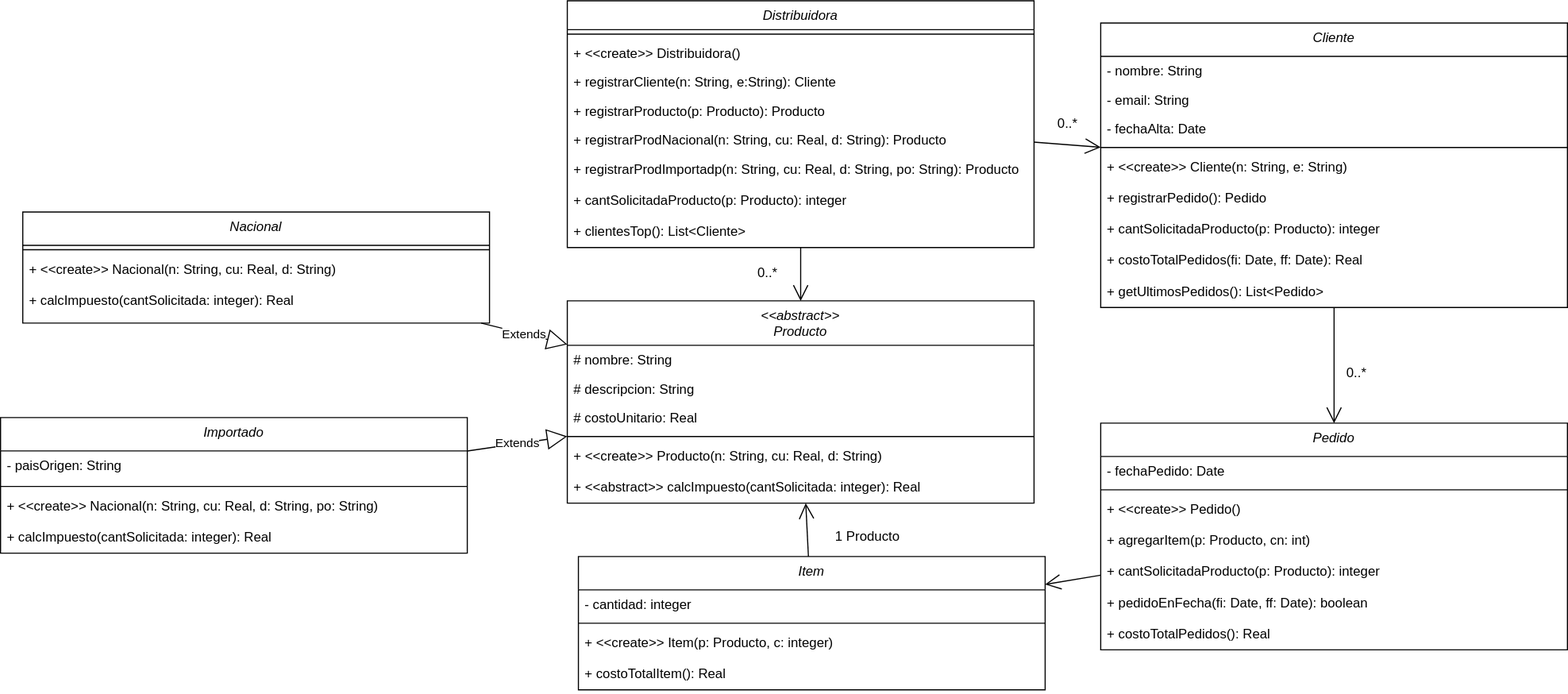
This is Segundo_Año/Segundo_Semestre/OO1/Parciales/ParcialesCursada/ParcialDistribuidora/ParcialDistribuidora.drawio.svg from LRondinelli04/Licenciatura-en-Sistemas_APU, a draw.io export, as it was before one commit. Source tidied: cells renumbered, new cells last; positions are measured from the earlier drawing's top-left corner, leaving out a move shared by most shapes. Its diagram source:
```xml
<mxGraphModel>
  <root>
    <mxCell id="0" />
    <mxCell id="1" parent="0" />
    <mxCell id="2" value="Distribuidora" style="swimlane;fontStyle=2;align=center;verticalAlign=top;horizontal=1;startSize=26;rounded=0;shadow=0;strokeWidth=1;" parent="1" vertex="1">
      <mxGeometry x="510" width="420" height="222" as="geometry" />
    </mxCell>
    <mxCell id="3" style="line;html=1;strokeWidth=1;align=left;verticalAlign=middle;spacingTop=-1;spacingLeft=3;spacingRight=3;labelPosition=right;" parent="2" vertex="1">
      <mxGeometry y="26" width="420" height="8" as="geometry" />
    </mxCell>
    <mxCell id="4" value="+ &lt;&lt;create&gt;&gt; Distribuidora()" style="text;align=left;verticalAlign=top;spacingLeft=4;spacingRight=4;overflow=hidden;" parent="2" vertex="1">
      <mxGeometry y="34" width="420" height="26" as="geometry" />
    </mxCell>
    <mxCell id="5" value="+ registrarCliente(n: String, e:String): Cliente" style="text;align=left;verticalAlign=top;spacingLeft=4;spacingRight=4;overflow=hidden;" parent="2" vertex="1">
      <mxGeometry y="60" width="420" height="26" as="geometry" />
    </mxCell>
    <mxCell id="6" value="+ registrarProducto(p: Producto): Producto" style="text;align=left;verticalAlign=top;spacingLeft=4;spacingRight=4;overflow=hidden;" parent="2" vertex="1">
      <mxGeometry y="86" width="420" height="26" as="geometry" />
    </mxCell>
    <mxCell id="7" value="+ registrarProdNacional(n: String, cu: Real, d: String): Producto" style="text;align=left;verticalAlign=top;spacingLeft=4;spacingRight=4;overflow=hidden;" parent="2" vertex="1">
      <mxGeometry y="112" width="420" height="26" as="geometry" />
    </mxCell>
    <mxCell id="8" value="+ registrarProdImportadp(n: String, cu: Real, d: String, po: String): Producto" style="text;align=left;verticalAlign=top;spacingLeft=4;spacingRight=4;overflow=hidden;" parent="2" vertex="1">
      <mxGeometry y="138" width="420" height="28" as="geometry" />
    </mxCell>
    <mxCell id="9" value="+ cantSolicitadaProducto(p: Producto): integer" style="text;align=left;verticalAlign=top;spacingLeft=4;spacingRight=4;overflow=hidden;" parent="2" vertex="1">
      <mxGeometry y="166" width="420" height="28" as="geometry" />
    </mxCell>
    <mxCell id="10" value="+ clientesTop(): List&lt;Cliente&gt;" style="text;align=left;verticalAlign=top;spacingLeft=4;spacingRight=4;overflow=hidden;" parent="2" vertex="1">
      <mxGeometry y="194" width="420" height="28" as="geometry" />
    </mxCell>
    <mxCell id="11" value="&lt;&lt;abstract&gt;&gt;&#10;Producto" style="swimlane;fontStyle=2;align=center;verticalAlign=top;horizontal=1;startSize=40;rounded=0;shadow=0;strokeWidth=1;" parent="1" vertex="1">
      <mxGeometry x="510" y="270" width="420" height="182" as="geometry" />
    </mxCell>
    <mxCell id="12" value="# nombre: String" style="text;align=left;verticalAlign=top;spacingLeft=4;spacingRight=4;overflow=hidden;" parent="11" vertex="1">
      <mxGeometry y="40" width="420" height="26" as="geometry" />
    </mxCell>
    <mxCell id="13" value="# descripcion: String" style="text;align=left;verticalAlign=top;spacingLeft=4;spacingRight=4;overflow=hidden;" parent="11" vertex="1">
      <mxGeometry y="66" width="420" height="26" as="geometry" />
    </mxCell>
    <mxCell id="14" value="# costoUnitario: Real" style="text;align=left;verticalAlign=top;spacingLeft=4;spacingRight=4;overflow=hidden;" parent="11" vertex="1">
      <mxGeometry y="92" width="420" height="26" as="geometry" />
    </mxCell>
    <mxCell id="15" style="line;html=1;strokeWidth=1;align=left;verticalAlign=middle;spacingTop=-1;spacingLeft=3;spacingRight=3;labelPosition=right;" parent="11" vertex="1">
      <mxGeometry y="118" width="420" height="8" as="geometry" />
    </mxCell>
    <mxCell id="16" value="+ &lt;&lt;create&gt;&gt; Producto(n: String, cu: Real, d: String)" style="text;align=left;verticalAlign=top;spacingLeft=4;spacingRight=4;overflow=hidden;" parent="11" vertex="1">
      <mxGeometry y="126" width="420" height="28" as="geometry" />
    </mxCell>
    <mxCell id="17" value="+ &lt;&lt;abstract&gt;&gt; calcImpuesto(cantSolicitada: integer): Real" style="text;align=left;verticalAlign=top;spacingLeft=4;spacingRight=4;overflow=hidden;" parent="11" vertex="1">
      <mxGeometry y="154" width="420" height="28" as="geometry" />
    </mxCell>
    <mxCell id="18" style="endArrow=open;endFill=1;endSize=12;html=1;rounded=0;" parent="1" edge="1" source="2" target="11">
      <mxGeometry relative="1" as="geometry" />
    </mxCell>
    <mxCell id="19" value="0..*" style="text;html=1;align=center;verticalAlign=middle;strokeColor=none;fillColor=none;" parent="1" vertex="1">
      <mxGeometry x="670" y="230" width="40" height="30" as="geometry" />
    </mxCell>
    <mxCell id="20" value="0..*" style="text;html=1;align=center;verticalAlign=middle;strokeColor=none;fillColor=none;" parent="1" vertex="1">
      <mxGeometry x="940" y="96" width="40" height="30" as="geometry" />
    </mxCell>
    <mxCell id="21" style="endArrow=open;endFill=1;endSize=12;html=1;rounded=0;" parent="1" edge="1" source="2" target="22">
      <mxGeometry relative="1" as="geometry" />
    </mxCell>
    <mxCell id="22" value="Cliente" style="swimlane;fontStyle=2;align=center;verticalAlign=top;horizontal=1;startSize=30;rounded=0;shadow=0;strokeWidth=1;" parent="1" vertex="1">
      <mxGeometry x="990" y="20" width="420" height="256" as="geometry" />
    </mxCell>
    <mxCell id="23" value="- nombre: String" style="text;align=left;verticalAlign=top;spacingLeft=4;spacingRight=4;overflow=hidden;" parent="22" vertex="1">
      <mxGeometry y="30" width="420" height="26" as="geometry" />
    </mxCell>
    <mxCell id="24" value="- email: String" style="text;align=left;verticalAlign=top;spacingLeft=4;spacingRight=4;overflow=hidden;" parent="22" vertex="1">
      <mxGeometry y="56" width="420" height="26" as="geometry" />
    </mxCell>
    <mxCell id="25" value="- fechaAlta: Date" style="text;align=left;verticalAlign=top;spacingLeft=4;spacingRight=4;overflow=hidden;" parent="22" vertex="1">
      <mxGeometry y="82" width="420" height="26" as="geometry" />
    </mxCell>
    <mxCell id="26" style="line;html=1;strokeWidth=1;align=left;verticalAlign=middle;spacingTop=-1;spacingLeft=3;spacingRight=3;labelPosition=right;" parent="22" vertex="1">
      <mxGeometry y="108" width="420" height="8" as="geometry" />
    </mxCell>
    <mxCell id="27" value="+ &lt;&lt;create&gt;&gt; Cliente(n: String, e: String)" style="text;align=left;verticalAlign=top;spacingLeft=4;spacingRight=4;overflow=hidden;" parent="22" vertex="1">
      <mxGeometry y="116" width="420" height="28" as="geometry" />
    </mxCell>
    <mxCell id="28" value="+ registrarPedido(): Pedido" style="text;align=left;verticalAlign=top;spacingLeft=4;spacingRight=4;overflow=hidden;" parent="22" vertex="1">
      <mxGeometry y="144" width="420" height="28" as="geometry" />
    </mxCell>
    <mxCell id="29" value="+ cantSolicitadaProducto(p: Producto): integer" style="text;align=left;verticalAlign=top;spacingLeft=4;spacingRight=4;overflow=hidden;" parent="22" vertex="1">
      <mxGeometry y="172" width="420" height="28" as="geometry" />
    </mxCell>
    <mxCell id="30" value="+ costoTotalPedidos(fi: Date, ff: Date): Real" style="text;align=left;verticalAlign=top;spacingLeft=4;spacingRight=4;overflow=hidden;" parent="22" vertex="1">
      <mxGeometry y="200" width="420" height="28" as="geometry" />
    </mxCell>
    <mxCell id="31" value="+ getUltimosPedidos(): List&lt;Pedido&gt;" style="text;align=left;verticalAlign=top;spacingLeft=4;spacingRight=4;overflow=hidden;" parent="22" vertex="1">
      <mxGeometry y="228" width="420" height="28" as="geometry" />
    </mxCell>
    <mxCell id="32" value="Extends" style="endArrow=block;endSize=16;endFill=0;html=1;rounded=0;" parent="1" edge="1" source="33" target="11">
      <mxGeometry relative="1" as="geometry" />
    </mxCell>
    <mxCell id="33" value="Nacional" style="swimlane;fontStyle=2;align=center;verticalAlign=top;horizontal=1;startSize=30;rounded=0;shadow=0;strokeWidth=1;" parent="1" vertex="1">
      <mxGeometry x="20" y="190" width="420" height="100" as="geometry" />
    </mxCell>
    <mxCell id="34" style="line;html=1;strokeWidth=1;align=left;verticalAlign=middle;spacingTop=-1;spacingLeft=3;spacingRight=3;labelPosition=right;" parent="33" vertex="1">
      <mxGeometry y="30" width="420" height="8" as="geometry" />
    </mxCell>
    <mxCell id="35" value="+ &lt;&lt;create&gt;&gt; Nacional(n: String, cu: Real, d: String)" style="text;align=left;verticalAlign=top;spacingLeft=4;spacingRight=4;overflow=hidden;" parent="33" vertex="1">
      <mxGeometry y="38" width="420" height="28" as="geometry" />
    </mxCell>
    <mxCell id="36" value="+ calcImpuesto(cantSolicitada: integer): Real" style="text;align=left;verticalAlign=top;spacingLeft=4;spacingRight=4;overflow=hidden;" parent="33" vertex="1">
      <mxGeometry y="66" width="420" height="28" as="geometry" />
    </mxCell>
    <mxCell id="37" value="Importado" style="swimlane;fontStyle=2;align=center;verticalAlign=top;horizontal=1;startSize=30;rounded=0;shadow=0;strokeWidth=1;" parent="1" vertex="1">
      <mxGeometry y="375" width="420" height="122" as="geometry" />
    </mxCell>
    <mxCell id="38" value="- paisOrigen: String" style="text;align=left;verticalAlign=top;spacingLeft=4;spacingRight=4;overflow=hidden;" parent="37" vertex="1">
      <mxGeometry y="30" width="420" height="28" as="geometry" />
    </mxCell>
    <mxCell id="39" style="line;html=1;strokeWidth=1;align=left;verticalAlign=middle;spacingTop=-1;spacingLeft=3;spacingRight=3;labelPosition=right;" parent="37" vertex="1">
      <mxGeometry y="58" width="420" height="8" as="geometry" />
    </mxCell>
    <mxCell id="40" value="+ &lt;&lt;create&gt;&gt; Nacional(n: String, cu: Real, d: String, po: String)" style="text;align=left;verticalAlign=top;spacingLeft=4;spacingRight=4;overflow=hidden;" parent="37" vertex="1">
      <mxGeometry y="66" width="420" height="28" as="geometry" />
    </mxCell>
    <mxCell id="41" value="+ calcImpuesto(cantSolicitada: integer): Real" style="text;align=left;verticalAlign=top;spacingLeft=4;spacingRight=4;overflow=hidden;" parent="37" vertex="1">
      <mxGeometry y="94" width="420" height="28" as="geometry" />
    </mxCell>
    <mxCell id="42" value="Extends" style="endArrow=block;endSize=16;endFill=0;html=1;rounded=0;" parent="1" edge="1" source="37" target="11">
      <mxGeometry relative="1" as="geometry" />
    </mxCell>
    <mxCell id="43" style="endArrow=open;endFill=1;endSize=12;html=1;rounded=0;" parent="1" edge="1" source="22" target="45">
      <mxGeometry relative="1" as="geometry" />
    </mxCell>
    <mxCell id="44" value="0..*" style="text;html=1;align=center;verticalAlign=middle;strokeColor=none;fillColor=none;" parent="1" vertex="1">
      <mxGeometry x="1200" y="320" width="40" height="30" as="geometry" />
    </mxCell>
    <mxCell id="45" value="Pedido" style="swimlane;fontStyle=2;align=center;verticalAlign=top;horizontal=1;startSize=30;rounded=0;shadow=0;strokeWidth=1;" parent="1" vertex="1">
      <mxGeometry x="990" y="380" width="420" height="204" as="geometry" />
    </mxCell>
    <mxCell id="46" value="- fechaPedido: Date" style="text;align=left;verticalAlign=top;spacingLeft=4;spacingRight=4;overflow=hidden;" parent="45" vertex="1">
      <mxGeometry y="30" width="420" height="26" as="geometry" />
    </mxCell>
    <mxCell id="47" style="line;html=1;strokeWidth=1;align=left;verticalAlign=middle;spacingTop=-1;spacingLeft=3;spacingRight=3;labelPosition=right;" parent="45" vertex="1">
      <mxGeometry y="56" width="420" height="8" as="geometry" />
    </mxCell>
    <mxCell id="48" value="+ &lt;&lt;create&gt;&gt; Pedido()" style="text;align=left;verticalAlign=top;spacingLeft=4;spacingRight=4;overflow=hidden;" parent="45" vertex="1">
      <mxGeometry y="64" width="420" height="28" as="geometry" />
    </mxCell>
    <mxCell id="49" value="+ agregarItem(p: Producto, cn: int)" style="text;align=left;verticalAlign=top;spacingLeft=4;spacingRight=4;overflow=hidden;" parent="45" vertex="1">
      <mxGeometry y="92" width="420" height="28" as="geometry" />
    </mxCell>
    <mxCell id="50" value="+ cantSolicitadaProducto(p: Producto): integer" style="text;align=left;verticalAlign=top;spacingLeft=4;spacingRight=4;overflow=hidden;" parent="45" vertex="1">
      <mxGeometry y="120" width="420" height="28" as="geometry" />
    </mxCell>
    <mxCell id="51" value="+ pedidoEnFecha(fi: Date, ff: Date): boolean" style="text;align=left;verticalAlign=top;spacingLeft=4;spacingRight=4;overflow=hidden;" parent="45" vertex="1">
      <mxGeometry y="148" width="420" height="28" as="geometry" />
    </mxCell>
    <mxCell id="52" value="+ costoTotalPedidos(): Real" style="text;align=left;verticalAlign=top;spacingLeft=4;spacingRight=4;overflow=hidden;" parent="45" vertex="1">
      <mxGeometry y="176" width="420" height="28" as="geometry" />
    </mxCell>
    <mxCell id="53" value="1 Producto" style="text;html=1;align=center;verticalAlign=middle;strokeColor=none;fillColor=none;" parent="1" vertex="1">
      <mxGeometry x="740" y="467" width="80" height="30" as="geometry" />
    </mxCell>
    <mxCell id="54" style="endArrow=open;endFill=1;endSize=12;html=1;rounded=0;" parent="1" edge="1" source="45" target="55">
      <mxGeometry relative="1" as="geometry" />
    </mxCell>
    <mxCell id="55" value="Item" style="swimlane;fontStyle=2;align=center;verticalAlign=top;horizontal=1;startSize=30;rounded=0;shadow=0;strokeWidth=1;" parent="1" vertex="1">
      <mxGeometry x="520" y="500" width="420" height="120" as="geometry" />
    </mxCell>
    <mxCell id="56" value="- cantidad: integer" style="text;align=left;verticalAlign=top;spacingLeft=4;spacingRight=4;overflow=hidden;" parent="55" vertex="1">
      <mxGeometry y="30" width="420" height="26" as="geometry" />
    </mxCell>
    <mxCell id="57" style="line;html=1;strokeWidth=1;align=left;verticalAlign=middle;spacingTop=-1;spacingLeft=3;spacingRight=3;labelPosition=right;" parent="55" vertex="1">
      <mxGeometry y="56" width="420" height="8" as="geometry" />
    </mxCell>
    <mxCell id="58" value="+ &lt;&lt;create&gt;&gt; Item(p: Producto, c: integer)" style="text;align=left;verticalAlign=top;spacingLeft=4;spacingRight=4;overflow=hidden;" parent="55" vertex="1">
      <mxGeometry y="64" width="420" height="28" as="geometry" />
    </mxCell>
    <mxCell id="59" value="+ costoTotalItem(): Real" style="text;align=left;verticalAlign=top;spacingLeft=4;spacingRight=4;overflow=hidden;" parent="55" vertex="1">
      <mxGeometry y="92" width="420" height="28" as="geometry" />
    </mxCell>
    <mxCell id="60" style="endArrow=open;endFill=1;endSize=12;html=1;rounded=0;" parent="1" edge="1" source="55" target="11">
      <mxGeometry relative="1" as="geometry" />
    </mxCell>
  </root>
</mxGraphModel>
```
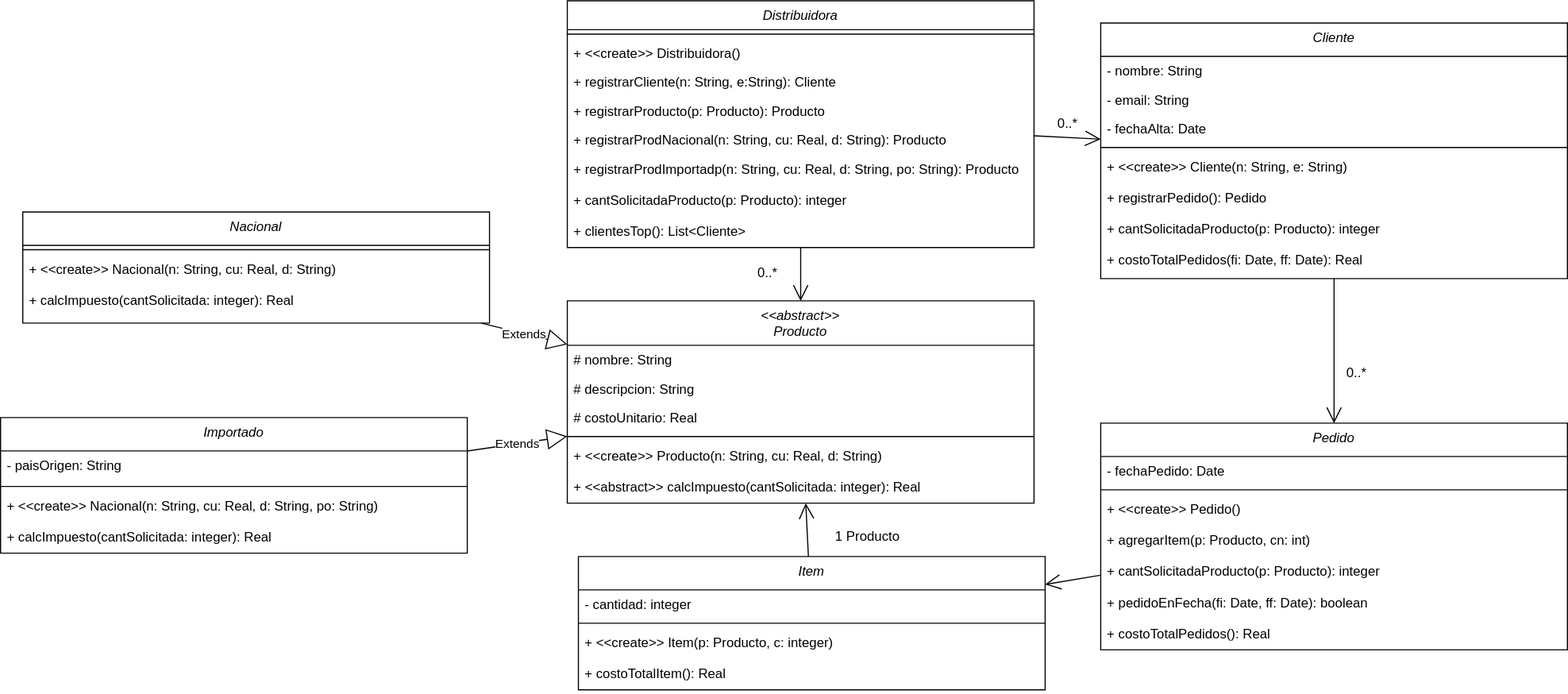
The same file after the commit.

Change to the diagram source:
```diff
@@ -63,7 +63,7 @@
       <mxGeometry relative="1" as="geometry" />
     </mxCell>
     <mxCell id="22" value="Cliente" style="swimlane;fontStyle=2;align=center;verticalAlign=top;horizontal=1;startSize=30;rounded=0;shadow=0;strokeWidth=1;" parent="1" vertex="1">
-      <mxGeometry x="990" y="20" width="420" height="256" as="geometry" />
+      <mxGeometry x="990" y="20" width="420" height="230" as="geometry" />
     </mxCell>
     <mxCell id="23" value="- nombre: String" style="text;align=left;verticalAlign=top;spacingLeft=4;spacingRight=4;overflow=hidden;" parent="22" vertex="1">
       <mxGeometry y="30" width="420" height="26" as="geometry" />
@@ -89,9 +89,6 @@
     <mxCell id="30" value="+ costoTotalPedidos(fi: Date, ff: Date): Real" style="text;align=left;verticalAlign=top;spacingLeft=4;spacingRight=4;overflow=hidden;" parent="22" vertex="1">
       <mxGeometry y="200" width="420" height="28" as="geometry" />
     </mxCell>
-    <mxCell id="31" value="+ getUltimosPedidos(): List&lt;Pedido&gt;" style="text;align=left;verticalAlign=top;spacingLeft=4;spacingRight=4;overflow=hidden;" parent="22" vertex="1">
-      <mxGeometry y="228" width="420" height="28" as="geometry" />
-    </mxCell>
     <mxCell id="32" value="Extends" style="endArrow=block;endSize=16;endFill=0;html=1;rounded=0;" parent="1" edge="1" source="33" target="11">
       <mxGeometry relative="1" as="geometry" />
     </mxCell>
```
